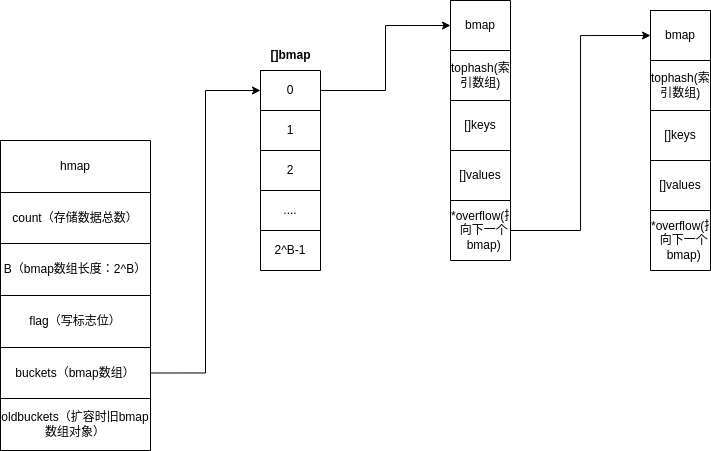
Earlier version of the draw.io export img/gomap.png (zlmsx/zlmsx.github.io). Source tidied: cells renumbered, new cells last; positions are measured from the earlier drawing's top-left corner, leaving out a move shared by most shapes.
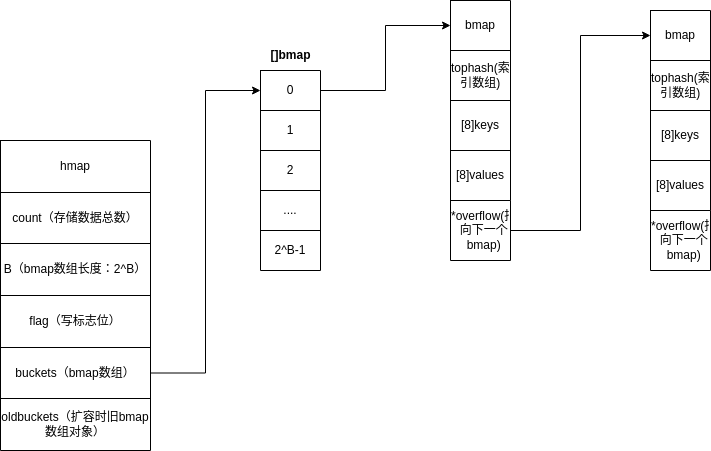
Above is the later version.

Diff of the diagram source:
```diff
@@ -98,13 +98,13 @@
     <mxCell id="33" style="shape=tableRow;horizontal=0;startSize=0;swimlaneHead=0;swimlaneBody=0;top=0;left=0;bottom=0;right=0;fillColor=none;shadow=0;" parent="28" vertex="1">
       <mxGeometry y="100" width="60" height="50" as="geometry" />
     </mxCell>
-    <mxCell id="34" value="[]keys" style="shape=partialRectangle;html=1;whiteSpace=wrap;overflow=hidden;fillColor=none;top=0;left=0;bottom=0;right=0;shadow=0;" parent="33" vertex="1">
+    <mxCell id="34" value="[8]keys" style="shape=partialRectangle;html=1;whiteSpace=wrap;overflow=hidden;fillColor=none;top=0;left=0;bottom=0;right=0;shadow=0;" parent="33" vertex="1">
       <mxGeometry width="60" height="50" as="geometry" />
     </mxCell>
     <mxCell id="35" style="shape=tableRow;horizontal=0;startSize=0;swimlaneHead=0;swimlaneBody=0;top=0;left=0;bottom=0;right=0;fillColor=none;shadow=0;" parent="28" vertex="1">
       <mxGeometry y="150" width="60" height="50" as="geometry" />
     </mxCell>
-    <mxCell id="36" value="[]values" style="shape=partialRectangle;html=1;whiteSpace=wrap;overflow=hidden;fillColor=none;top=0;left=0;bottom=0;right=0;shadow=0;" parent="35" vertex="1">
+    <mxCell id="36" value="[8]values" style="shape=partialRectangle;html=1;whiteSpace=wrap;overflow=hidden;fillColor=none;top=0;left=0;bottom=0;right=0;shadow=0;" parent="35" vertex="1">
       <mxGeometry width="60" height="50" as="geometry" />
     </mxCell>
     <mxCell id="37" style="edgeStyle=orthogonalEdgeStyle;rounded=0;jettySize=auto;html=1;exitX=1;exitY=0.5;exitDx=0;exitDy=0;entryX=0;entryY=0.5;entryDx=0;entryDy=0;" parent="1" edge="1" source="16" target="29">
@@ -146,13 +146,13 @@
     <mxCell id="49" style="shape=tableRow;horizontal=0;startSize=0;swimlaneHead=0;swimlaneBody=0;top=0;left=0;bottom=0;right=0;fillColor=none;shadow=0;" parent="44" vertex="1">
       <mxGeometry y="100" width="60" height="50" as="geometry" />
     </mxCell>
-    <mxCell id="50" value="[]keys" style="shape=partialRectangle;html=1;whiteSpace=wrap;overflow=hidden;fillColor=none;top=0;left=0;bottom=0;right=0;shadow=0;" parent="49" vertex="1">
+    <mxCell id="50" value="[8]keys" style="shape=partialRectangle;html=1;whiteSpace=wrap;overflow=hidden;fillColor=none;top=0;left=0;bottom=0;right=0;shadow=0;" parent="49" vertex="1">
       <mxGeometry width="60" height="50" as="geometry" />
     </mxCell>
     <mxCell id="51" style="shape=tableRow;horizontal=0;startSize=0;swimlaneHead=0;swimlaneBody=0;top=0;left=0;bottom=0;right=0;fillColor=none;shadow=0;" parent="44" vertex="1">
       <mxGeometry y="150" width="60" height="50" as="geometry" />
     </mxCell>
-    <mxCell id="52" value="[]values" style="shape=partialRectangle;html=1;whiteSpace=wrap;overflow=hidden;fillColor=none;top=0;left=0;bottom=0;right=0;shadow=0;" parent="51" vertex="1">
+    <mxCell id="52" value="[8]values" style="shape=partialRectangle;html=1;whiteSpace=wrap;overflow=hidden;fillColor=none;top=0;left=0;bottom=0;right=0;shadow=0;" parent="51" vertex="1">
       <mxGeometry width="60" height="50" as="geometry" />
     </mxCell>
     <mxCell id="53" style="shape=partialRectangle;html=1;whiteSpace=wrap;overflow=hidden;fillColor=none;top=0;left=0;bottom=0;right=0;shadow=0;" parent="1" vertex="1">
```
